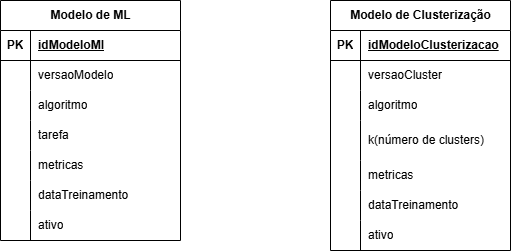
The draw.io diagram backend-MD/prisma/logic/Banco-MD-Logic.png in FatecFranca/DSM-G10-PI6-2026-2, before a commit. Source tidied: cells renumbered, new cells last; positions are measured from the earlier drawing's top-left corner, leaving out a move shared by most shapes. The source it was exported from:
```xml
<mxGraphModel>
  <root>
    <mxCell id="0" />
    <mxCell id="1" parent="0" />
    <mxCell id="2" value="Modelo de ML" style="shape=table;startSize=30;rowLines=0;fontStyle=1;align=center;html=1;" parent="1" vertex="1">
      <mxGeometry width="180" height="240" as="geometry" />
    </mxCell>
    <mxCell id="3" style="shape=tableRow;horizontal=0;startSize=0;swimlaneHead=0;swimlaneBody=0;fillColor=none;top=0;left=0;right=0;bottom=1;" parent="2" vertex="1">
      <mxGeometry y="30" width="180" height="30" as="geometry" />
    </mxCell>
    <mxCell id="4" value="PK" style="shape=partialRectangle;fillColor=none;top=0;left=0;bottom=0;right=0;fontStyle=1;overflow=hidden;whiteSpace=wrap;html=1;" parent="3" vertex="1">
      <mxGeometry width="30" height="30" as="geometry" />
    </mxCell>
    <mxCell id="5" value="idModeloMl" style="shape=partialRectangle;fillColor=none;top=0;left=0;bottom=0;right=0;align=left;spacingLeft=6;fontStyle=5;overflow=hidden;whiteSpace=wrap;html=1;" parent="3" vertex="1">
      <mxGeometry x="30" width="150" height="30" as="geometry" />
    </mxCell>
    <mxCell id="6" style="shape=tableRow;horizontal=0;startSize=0;swimlaneHead=0;swimlaneBody=0;fillColor=none;top=0;left=0;right=0;bottom=0;" parent="2" vertex="1">
      <mxGeometry y="60" width="180" height="30" as="geometry" />
    </mxCell>
    <mxCell id="7" style="shape=partialRectangle;fillColor=none;top=0;left=0;bottom=0;right=0;overflow=hidden;whiteSpace=wrap;html=1;" parent="6" vertex="1">
      <mxGeometry width="30" height="30" as="geometry" />
    </mxCell>
    <mxCell id="8" value="versaoModelo" style="shape=partialRectangle;fillColor=none;top=0;left=0;bottom=0;right=0;align=left;spacingLeft=6;overflow=hidden;whiteSpace=wrap;html=1;" parent="6" vertex="1">
      <mxGeometry x="30" width="150" height="30" as="geometry" />
    </mxCell>
    <mxCell id="9" style="shape=tableRow;horizontal=0;startSize=0;swimlaneHead=0;swimlaneBody=0;fillColor=none;top=0;left=0;right=0;bottom=0;" parent="2" vertex="1">
      <mxGeometry y="90" width="180" height="30" as="geometry" />
    </mxCell>
    <mxCell id="10" style="shape=partialRectangle;fillColor=none;top=0;left=0;bottom=0;right=0;overflow=hidden;whiteSpace=wrap;html=1;" parent="9" vertex="1">
      <mxGeometry width="30" height="30" as="geometry" />
    </mxCell>
    <mxCell id="11" value="algoritmo" style="shape=partialRectangle;fillColor=none;top=0;left=0;bottom=0;right=0;align=left;spacingLeft=6;overflow=hidden;whiteSpace=wrap;html=1;" parent="9" vertex="1">
      <mxGeometry x="30" width="150" height="30" as="geometry" />
    </mxCell>
    <mxCell id="12" style="shape=tableRow;horizontal=0;startSize=0;swimlaneHead=0;swimlaneBody=0;fillColor=none;top=0;left=0;right=0;bottom=0;" parent="2" vertex="1">
      <mxGeometry y="120" width="180" height="30" as="geometry" />
    </mxCell>
    <mxCell id="13" style="shape=partialRectangle;fillColor=none;top=0;left=0;bottom=0;right=0;overflow=hidden;whiteSpace=wrap;html=1;" parent="12" vertex="1">
      <mxGeometry width="30" height="30" as="geometry" />
    </mxCell>
    <mxCell id="14" value="tarefa" style="shape=partialRectangle;fillColor=none;top=0;left=0;bottom=0;right=0;align=left;spacingLeft=6;overflow=hidden;whiteSpace=wrap;html=1;" parent="12" vertex="1">
      <mxGeometry x="30" width="150" height="30" as="geometry" />
    </mxCell>
    <mxCell id="15" style="shape=tableRow;horizontal=0;startSize=0;swimlaneHead=0;swimlaneBody=0;fillColor=none;top=0;left=0;right=0;bottom=0;" parent="2" vertex="1">
      <mxGeometry y="150" width="180" height="30" as="geometry" />
    </mxCell>
    <mxCell id="16" style="shape=partialRectangle;fillColor=none;top=0;left=0;bottom=0;right=0;overflow=hidden;whiteSpace=wrap;html=1;" parent="15" vertex="1">
      <mxGeometry width="30" height="30" as="geometry" />
    </mxCell>
    <mxCell id="17" value="metricas" style="shape=partialRectangle;fillColor=none;top=0;left=0;bottom=0;right=0;align=left;spacingLeft=6;overflow=hidden;whiteSpace=wrap;html=1;" parent="15" vertex="1">
      <mxGeometry x="30" width="150" height="30" as="geometry" />
    </mxCell>
    <mxCell id="18" style="shape=tableRow;horizontal=0;startSize=0;swimlaneHead=0;swimlaneBody=0;fillColor=none;top=0;left=0;right=0;bottom=0;" parent="2" vertex="1">
      <mxGeometry y="180" width="180" height="30" as="geometry" />
    </mxCell>
    <mxCell id="19" style="shape=partialRectangle;fillColor=none;top=0;left=0;bottom=0;right=0;overflow=hidden;whiteSpace=wrap;html=1;" parent="18" vertex="1">
      <mxGeometry width="30" height="30" as="geometry" />
    </mxCell>
    <mxCell id="20" value="dataTreinamento" style="shape=partialRectangle;fillColor=none;top=0;left=0;bottom=0;right=0;align=left;spacingLeft=6;overflow=hidden;whiteSpace=wrap;html=1;" parent="18" vertex="1">
      <mxGeometry x="30" width="150" height="30" as="geometry" />
    </mxCell>
    <mxCell id="21" style="shape=tableRow;horizontal=0;startSize=0;swimlaneHead=0;swimlaneBody=0;fillColor=none;top=0;left=0;right=0;bottom=0;" parent="2" vertex="1">
      <mxGeometry y="210" width="180" height="30" as="geometry" />
    </mxCell>
    <mxCell id="22" style="shape=partialRectangle;fillColor=none;top=0;left=0;bottom=0;right=0;overflow=hidden;whiteSpace=wrap;html=1;" parent="21" vertex="1">
      <mxGeometry width="30" height="30" as="geometry" />
    </mxCell>
    <mxCell id="23" value="ativo" style="shape=partialRectangle;fillColor=none;top=0;left=0;bottom=0;right=0;align=left;spacingLeft=6;overflow=hidden;whiteSpace=wrap;html=1;" parent="21" vertex="1">
      <mxGeometry x="30" width="150" height="30" as="geometry" />
    </mxCell>
    <mxCell id="24" value="Modelo de Clusterização" style="shape=table;startSize=30;rowLines=0;fontStyle=1;align=center;html=1;" parent="1" vertex="1">
      <mxGeometry x="330" width="180" height="250" as="geometry" />
    </mxCell>
    <mxCell id="25" style="shape=tableRow;horizontal=0;startSize=0;swimlaneHead=0;swimlaneBody=0;fillColor=none;top=0;left=0;right=0;bottom=1;" parent="24" vertex="1">
      <mxGeometry y="30" width="180" height="30" as="geometry" />
    </mxCell>
    <mxCell id="26" value="PK" style="shape=partialRectangle;fillColor=none;top=0;left=0;bottom=0;right=0;fontStyle=1;overflow=hidden;whiteSpace=wrap;html=1;" parent="25" vertex="1">
      <mxGeometry width="30" height="30" as="geometry" />
    </mxCell>
    <mxCell id="27" value="idModeloClusterizacao" style="shape=partialRectangle;fillColor=none;top=0;left=0;bottom=0;right=0;align=left;spacingLeft=6;fontStyle=5;overflow=hidden;whiteSpace=wrap;html=1;" parent="25" vertex="1">
      <mxGeometry x="30" width="150" height="30" as="geometry" />
    </mxCell>
    <mxCell id="28" style="shape=tableRow;horizontal=0;startSize=0;swimlaneHead=0;swimlaneBody=0;fillColor=none;top=0;left=0;right=0;bottom=0;" parent="24" vertex="1">
      <mxGeometry y="60" width="180" height="30" as="geometry" />
    </mxCell>
    <mxCell id="29" style="shape=partialRectangle;fillColor=none;top=0;left=0;bottom=0;right=0;overflow=hidden;whiteSpace=wrap;html=1;" parent="28" vertex="1">
      <mxGeometry width="30" height="30" as="geometry" />
    </mxCell>
    <mxCell id="30" value="versaoCluster" style="shape=partialRectangle;fillColor=none;top=0;left=0;bottom=0;right=0;align=left;spacingLeft=6;overflow=hidden;whiteSpace=wrap;html=1;" parent="28" vertex="1">
      <mxGeometry x="30" width="150" height="30" as="geometry" />
    </mxCell>
    <mxCell id="31" style="shape=tableRow;horizontal=0;startSize=0;swimlaneHead=0;swimlaneBody=0;fillColor=none;top=0;left=0;right=0;bottom=0;" parent="24" vertex="1">
      <mxGeometry y="90" width="180" height="30" as="geometry" />
    </mxCell>
    <mxCell id="32" style="shape=partialRectangle;fillColor=none;top=0;left=0;bottom=0;right=0;overflow=hidden;whiteSpace=wrap;html=1;" parent="31" vertex="1">
      <mxGeometry width="30" height="30" as="geometry" />
    </mxCell>
    <mxCell id="33" value="algoritmo" style="shape=partialRectangle;fillColor=none;top=0;left=0;bottom=0;right=0;align=left;spacingLeft=6;overflow=hidden;whiteSpace=wrap;html=1;" parent="31" vertex="1">
      <mxGeometry x="30" width="150" height="30" as="geometry" />
    </mxCell>
    <mxCell id="34" style="shape=tableRow;horizontal=0;startSize=0;swimlaneHead=0;swimlaneBody=0;fillColor=none;top=0;left=0;right=0;bottom=0;" parent="24" vertex="1">
      <mxGeometry y="120" width="180" height="40" as="geometry" />
    </mxCell>
    <mxCell id="35" style="shape=partialRectangle;fillColor=none;top=0;left=0;bottom=0;right=0;overflow=hidden;whiteSpace=wrap;html=1;" parent="34" vertex="1">
      <mxGeometry width="30" height="40" as="geometry" />
    </mxCell>
    <mxCell id="36" value="k(número de clusters)" style="shape=partialRectangle;fillColor=none;top=0;left=0;bottom=0;right=0;align=left;spacingLeft=6;overflow=hidden;whiteSpace=wrap;html=1;" parent="34" vertex="1">
      <mxGeometry x="30" width="150" height="40" as="geometry" />
    </mxCell>
    <mxCell id="37" style="shape=tableRow;horizontal=0;startSize=0;swimlaneHead=0;swimlaneBody=0;fillColor=none;top=0;left=0;right=0;bottom=0;" parent="24" vertex="1">
      <mxGeometry y="160" width="180" height="30" as="geometry" />
    </mxCell>
    <mxCell id="38" style="shape=partialRectangle;fillColor=none;top=0;left=0;bottom=0;right=0;overflow=hidden;whiteSpace=wrap;html=1;" parent="37" vertex="1">
      <mxGeometry width="30" height="30" as="geometry" />
    </mxCell>
    <mxCell id="39" value="metricas" style="shape=partialRectangle;fillColor=none;top=0;left=0;bottom=0;right=0;align=left;spacingLeft=6;overflow=hidden;whiteSpace=wrap;html=1;" parent="37" vertex="1">
      <mxGeometry x="30" width="150" height="30" as="geometry" />
    </mxCell>
    <mxCell id="40" style="shape=tableRow;horizontal=0;startSize=0;swimlaneHead=0;swimlaneBody=0;fillColor=none;top=0;left=0;right=0;bottom=0;" parent="24" vertex="1">
      <mxGeometry y="190" width="180" height="30" as="geometry" />
    </mxCell>
    <mxCell id="41" style="shape=partialRectangle;fillColor=none;top=0;left=0;bottom=0;right=0;overflow=hidden;whiteSpace=wrap;html=1;" parent="40" vertex="1">
      <mxGeometry width="30" height="30" as="geometry" />
    </mxCell>
    <mxCell id="42" value="dataTreinamento" style="shape=partialRectangle;fillColor=none;top=0;left=0;bottom=0;right=0;align=left;spacingLeft=6;overflow=hidden;whiteSpace=wrap;html=1;" parent="40" vertex="1">
      <mxGeometry x="30" width="150" height="30" as="geometry" />
    </mxCell>
    <mxCell id="43" style="shape=tableRow;horizontal=0;startSize=0;swimlaneHead=0;swimlaneBody=0;fillColor=none;top=0;left=0;right=0;bottom=0;" parent="24" vertex="1">
      <mxGeometry y="220" width="180" height="30" as="geometry" />
    </mxCell>
    <mxCell id="44" style="shape=partialRectangle;fillColor=none;top=0;left=0;bottom=0;right=0;overflow=hidden;whiteSpace=wrap;html=1;" parent="43" vertex="1">
      <mxGeometry width="30" height="30" as="geometry" />
    </mxCell>
    <mxCell id="45" value="ativo" style="shape=partialRectangle;fillColor=none;top=0;left=0;bottom=0;right=0;align=left;spacingLeft=6;overflow=hidden;whiteSpace=wrap;html=1;" parent="43" vertex="1">
      <mxGeometry x="30" width="150" height="30" as="geometry" />
    </mxCell>
  </root>
</mxGraphModel>
```
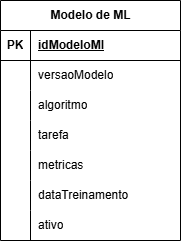
Above is the later version.

The edit, as a diff of the source:
```diff
@@ -1,4 +1,4 @@
-<mxGraphModel>
+<mxGraphModel background="#ffffff">
   <root>
     <mxCell id="0" />
     <mxCell id="1" parent="0" />
@@ -68,71 +68,5 @@
     <mxCell id="23" value="ativo" style="shape=partialRectangle;fillColor=none;top=0;left=0;bottom=0;right=0;align=left;spacingLeft=6;overflow=hidden;whiteSpace=wrap;html=1;" parent="21" vertex="1">
       <mxGeometry x="30" width="150" height="30" as="geometry" />
     </mxCell>
-    <mxCell id="24" value="Modelo de Clusterização" style="shape=table;startSize=30;rowLines=0;fontStyle=1;align=center;html=1;" parent="1" vertex="1">
-      <mxGeometry x="330" width="180" height="250" as="geometry" />
-    </mxCell>
-    <mxCell id="25" style="shape=tableRow;horizontal=0;startSize=0;swimlaneHead=0;swimlaneBody=0;fillColor=none;top=0;left=0;right=0;bottom=1;" parent="24" vertex="1">
-      <mxGeometry y="30" width="180" height="30" as="geometry" />
-    </mxCell>
-    <mxCell id="26" value="PK" style="shape=partialRectangle;fillColor=none;top=0;left=0;bottom=0;right=0;fontStyle=1;overflow=hidden;whiteSpace=wrap;html=1;" parent="25" vertex="1">
-      <mxGeometry width="30" height="30" as="geometry" />
-    </mxCell>
-    <mxCell id="27" value="idModeloClusterizacao" style="shape=partialRectangle;fillColor=none;top=0;left=0;bottom=0;right=0;align=left;spacingLeft=6;fontStyle=5;overflow=hidden;whiteSpace=wrap;html=1;" parent="25" vertex="1">
-      <mxGeometry x="30" width="150" height="30" as="geometry" />
-    </mxCell>
-    <mxCell id="28" style="shape=tableRow;horizontal=0;startSize=0;swimlaneHead=0;swimlaneBody=0;fillColor=none;top=0;left=0;right=0;bottom=0;" parent="24" vertex="1">
-      <mxGeometry y="60" width="180" height="30" as="geometry" />
-    </mxCell>
-    <mxCell id="29" style="shape=partialRectangle;fillColor=none;top=0;left=0;bottom=0;right=0;overflow=hidden;whiteSpace=wrap;html=1;" parent="28" vertex="1">
-      <mxGeometry width="30" height="30" as="geometry" />
-    </mxCell>
-    <mxCell id="30" value="versaoCluster" style="shape=partialRectangle;fillColor=none;top=0;left=0;bottom=0;right=0;align=left;spacingLeft=6;overflow=hidden;whiteSpace=wrap;html=1;" parent="28" vertex="1">
-      <mxGeometry x="30" width="150" height="30" as="geometry" />
-    </mxCell>
-    <mxCell id="31" style="shape=tableRow;horizontal=0;startSize=0;swimlaneHead=0;swimlaneBody=0;fillColor=none;top=0;left=0;right=0;bottom=0;" parent="24" vertex="1">
-      <mxGeometry y="90" width="180" height="30" as="geometry" />
-    </mxCell>
-    <mxCell id="32" style="shape=partialRectangle;fillColor=none;top=0;left=0;bottom=0;right=0;overflow=hidden;whiteSpace=wrap;html=1;" parent="31" vertex="1">
-      <mxGeometry width="30" height="30" as="geometry" />
-    </mxCell>
-    <mxCell id="33" value="algoritmo" style="shape=partialRectangle;fillColor=none;top=0;left=0;bottom=0;right=0;align=left;spacingLeft=6;overflow=hidden;whiteSpace=wrap;html=1;" parent="31" vertex="1">
-      <mxGeometry x="30" width="150" height="30" as="geometry" />
-    </mxCell>
-    <mxCell id="34" style="shape=tableRow;horizontal=0;startSize=0;swimlaneHead=0;swimlaneBody=0;fillColor=none;top=0;left=0;right=0;bottom=0;" parent="24" vertex="1">
-      <mxGeometry y="120" width="180" height="40" as="geometry" />
-    </mxCell>
-    <mxCell id="35" style="shape=partialRectangle;fillColor=none;top=0;left=0;bottom=0;right=0;overflow=hidden;whiteSpace=wrap;html=1;" parent="34" vertex="1">
-      <mxGeometry width="30" height="40" as="geometry" />
-    </mxCell>
-    <mxCell id="36" value="k(número de clusters)" style="shape=partialRectangle;fillColor=none;top=0;left=0;bottom=0;right=0;align=left;spacingLeft=6;overflow=hidden;whiteSpace=wrap;html=1;" parent="34" vertex="1">
-      <mxGeometry x="30" width="150" height="40" as="geometry" />
-    </mxCell>
-    <mxCell id="37" style="shape=tableRow;horizontal=0;startSize=0;swimlaneHead=0;swimlaneBody=0;fillColor=none;top=0;left=0;right=0;bottom=0;" parent="24" vertex="1">
-      <mxGeometry y="160" width="180" height="30" as="geometry" />
-    </mxCell>
-    <mxCell id="38" style="shape=partialRectangle;fillColor=none;top=0;left=0;bottom=0;right=0;overflow=hidden;whiteSpace=wrap;html=1;" parent="37" vertex="1">
-      <mxGeometry width="30" height="30" as="geometry" />
-    </mxCell>
-    <mxCell id="39" value="metricas" style="shape=partialRectangle;fillColor=none;top=0;left=0;bottom=0;right=0;align=left;spacingLeft=6;overflow=hidden;whiteSpace=wrap;html=1;" parent="37" vertex="1">
-      <mxGeometry x="30" width="150" height="30" as="geometry" />
-    </mxCell>
-    <mxCell id="40" style="shape=tableRow;horizontal=0;startSize=0;swimlaneHead=0;swimlaneBody=0;fillColor=none;top=0;left=0;right=0;bottom=0;" parent="24" vertex="1">
-      <mxGeometry y="190" width="180" height="30" as="geometry" />
-    </mxCell>
-    <mxCell id="41" style="shape=partialRectangle;fillColor=none;top=0;left=0;bottom=0;right=0;overflow=hidden;whiteSpace=wrap;html=1;" parent="40" vertex="1">
-      <mxGeometry width="30" height="30" as="geometry" />
-    </mxCell>
-    <mxCell id="42" value="dataTreinamento" style="shape=partialRectangle;fillColor=none;top=0;left=0;bottom=0;right=0;align=left;spacingLeft=6;overflow=hidden;whiteSpace=wrap;html=1;" parent="40" vertex="1">
-      <mxGeometry x="30" width="150" height="30" as="geometry" />
-    </mxCell>
-    <mxCell id="43" style="shape=tableRow;horizontal=0;startSize=0;swimlaneHead=0;swimlaneBody=0;fillColor=none;top=0;left=0;right=0;bottom=0;" parent="24" vertex="1">
-      <mxGeometry y="220" width="180" height="30" as="geometry" />
-    </mxCell>
-    <mxCell id="44" style="shape=partialRectangle;fillColor=none;top=0;left=0;bottom=0;right=0;overflow=hidden;whiteSpace=wrap;html=1;" parent="43" vertex="1">
-      <mxGeometry width="30" height="30" as="geometry" />
-    </mxCell>
-    <mxCell id="45" value="ativo" style="shape=partialRectangle;fillColor=none;top=0;left=0;bottom=0;right=0;align=left;spacingLeft=6;overflow=hidden;whiteSpace=wrap;html=1;" parent="43" vertex="1">
-      <mxGeometry x="30" width="150" height="30" as="geometry" />
-    </mxCell>
   </root>
 </mxGraphModel>
```
